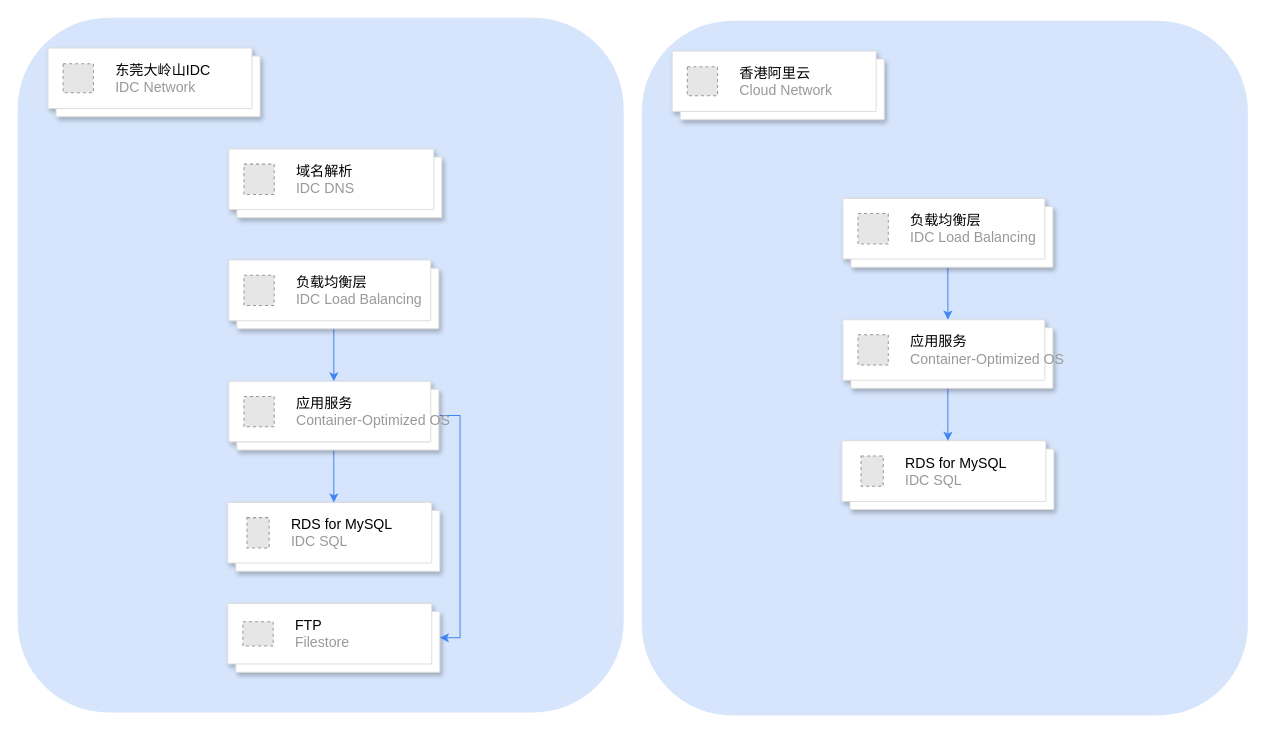
Earlier version of the draw.io diagram page "第 2 页" (2 of 2) of 洋臣架构.drawio (MyselfblueKAMI/drawpub). Source tidied: cells renumbered, new cells numbered last; positions are measured from the earlier drawing's top-left corner, leaving out a move shared by most shapes. Both pictures are drawn from the tidied source at 101%, with x=0, y=0 at pixel (17, 17). Pictures stored in the file or linked from it are replaced by grey dashed boxes.
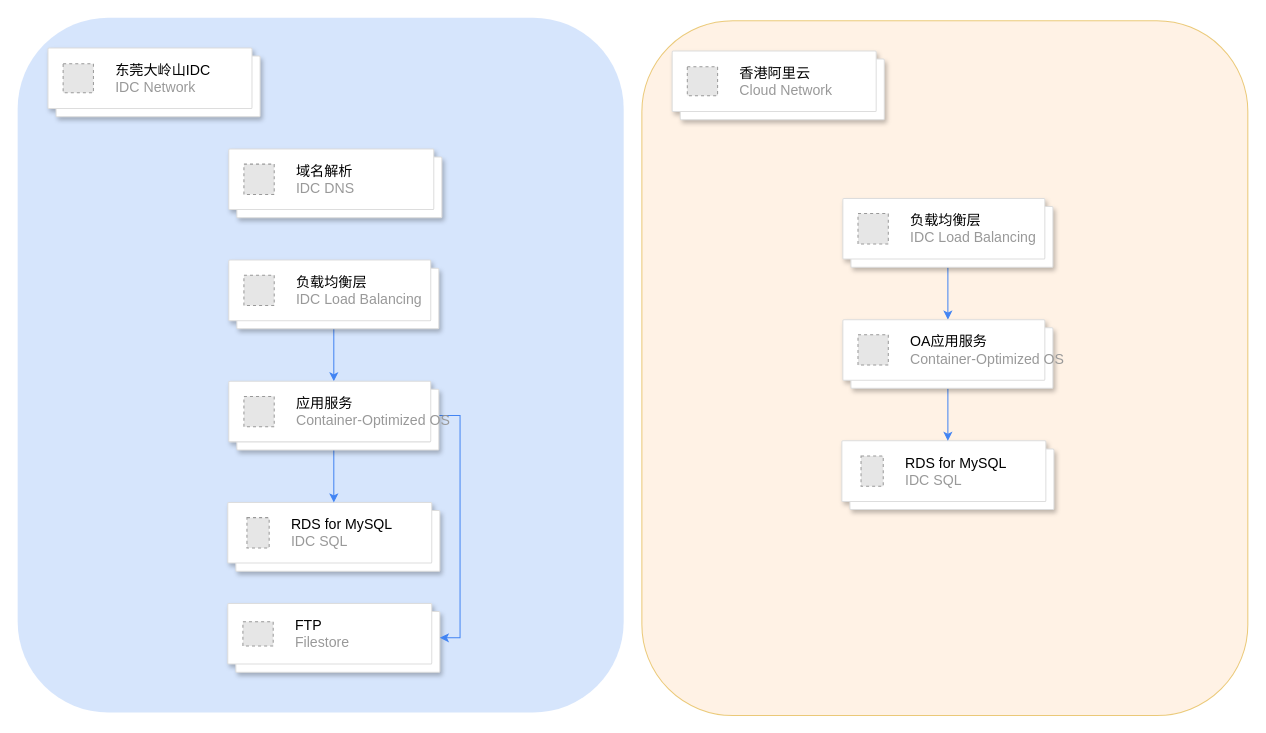
The same diagram, later.

Commit message:
更新洋臣架构.drawio

Unchanged cells that the change refers to:
```xml
<mxCell id="27" style="shape=mxgraph.gcp2.doubleRect;fillColor=#ffffff;strokeColor=#dddddd;shadow=1;strokeWidth=1;rounded=1;absoluteArcSize=1;arcSize=2;fontSize=14;" parent="1" vertex="1">
  <mxGeometry x="817" y="299" width="208" height="68" as="geometry" />
</mxCell>
```

Diff of the diagram source:
```diff
@@
-    <mxCell id="18" style="rounded=1;whiteSpace=wrap;html=1;fillColor=#AECBFA;strokeColor=none;opacity=50;fontSize=14;" parent="1" vertex="1">
+    <mxCell id="18" style="rounded=1;whiteSpace=wrap;html=1;fillColor=#ffe6cc;strokeColor=#d79b00;opacity=50;fontSize=14;" parent="1" vertex="1">
       <mxGeometry x="618" y="3" width="600" height="688" as="geometry" />
     </mxCell>
@@
-    <mxCell id="28" value="&lt;font color=&quot;#000000&quot;&gt;应用服务&lt;/font&gt;&lt;br&gt;Container-Optimized OS" style="fillColor=#E6E6E6;strokeColor=#999999;dashed=1;html=1;fontColor=#999999;verticalLabelPosition=middle;verticalAlign=middle;labelPosition=right;align=left;spacingLeft=20;fontSize=14;" parent="27" vertex="1">
+    <mxCell id="28" value="&lt;font color=&quot;#000000&quot;&gt;OA应用服务&lt;/font&gt;&lt;br&gt;Container-Optimized OS" style="fillColor=#E6E6E6;strokeColor=#999999;dashed=1;html=1;fontColor=#999999;verticalLabelPosition=middle;verticalAlign=middle;labelPosition=right;align=left;spacingLeft=20;fontSize=14;" parent="27" vertex="1">
       <mxGeometry width="30" height="30" relative="1" as="geometry">
         <mxPoint x="15" y="15" as="offset" />
       </mxGeometry>
     </mxCell>
```
